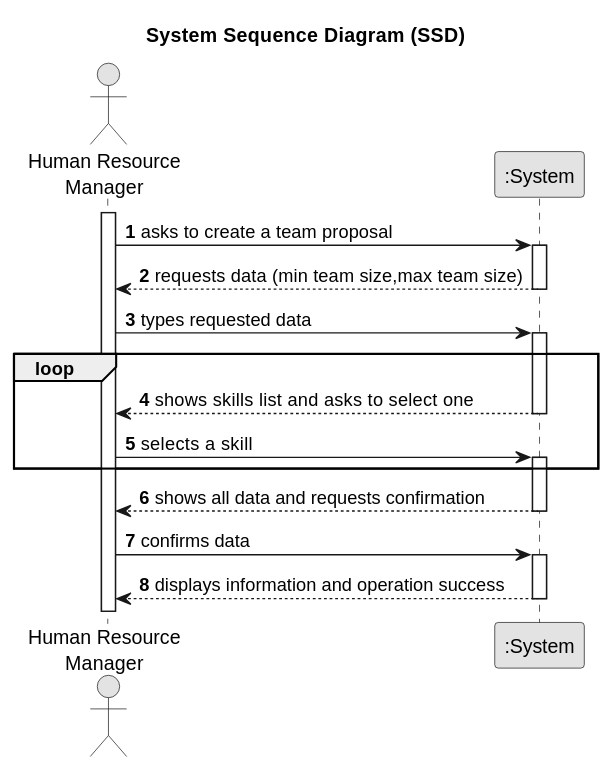
Before: docs/sprintB/us05/01.requirements-engineering/svg/us05-system-sequence-diagram.svg, a diagram exported from PlantUML (yusufyilmaz00/Integral-Project-ISEP). Source of this version:
```plantuml
@startuml
skinparam monochrome true
skinparam packageStyle rectangle
skinparam shadowing false

title System Sequence Diagram (SSD)

autonumber

actor "Human Resource\nManager" as Manager
participant ":System" as System

activate Manager

    Manager -> System : asks to create a team proposal
    activate System

        System --> Manager : requests data (min team size,max team size)
    deactivate System

    Manager -> System : types requested data
    activate System

    loop
        System --> Manager : shows skills list and asks to select one
        deactivate System

        Manager -> System : selects a skill
                activate System
    end

    System --> Manager : shows all data and requests confirmation
    deactivate System

    Manager -> System : confirms data
    activate System

        System --> Manager : displays information and operation success
    deactivate System
@enduml
```
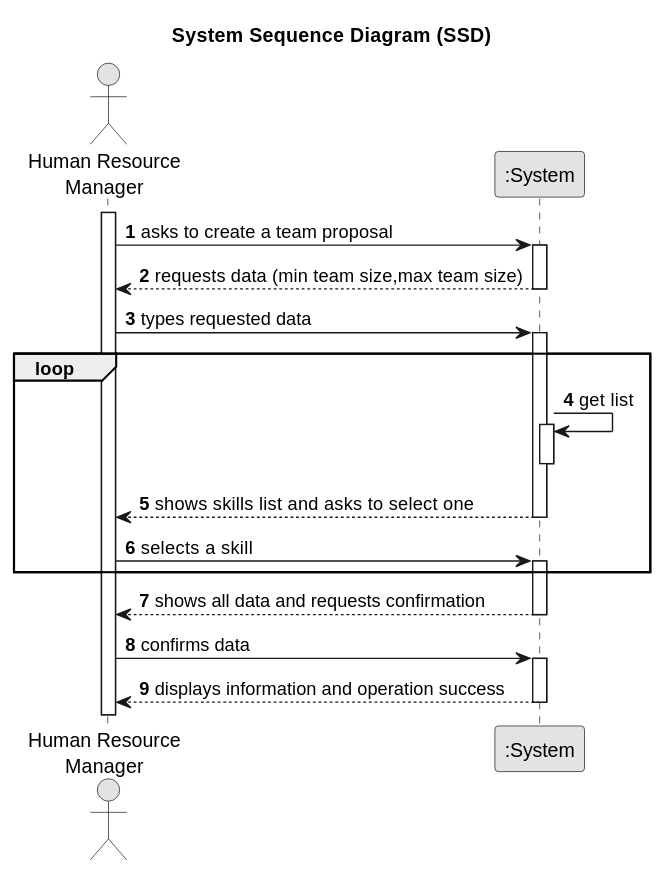
The same file after the commit.

Commit message:
update sequence diagram svg files

Change to the diagram source:
```diff
@@ -22,6 +22,10 @@
     activate System
 
     loop
+    System -> System : get list
+    activate System
+    deactivate System
+
         System --> Manager : shows skills list and asks to select one
         deactivate System
 
```
